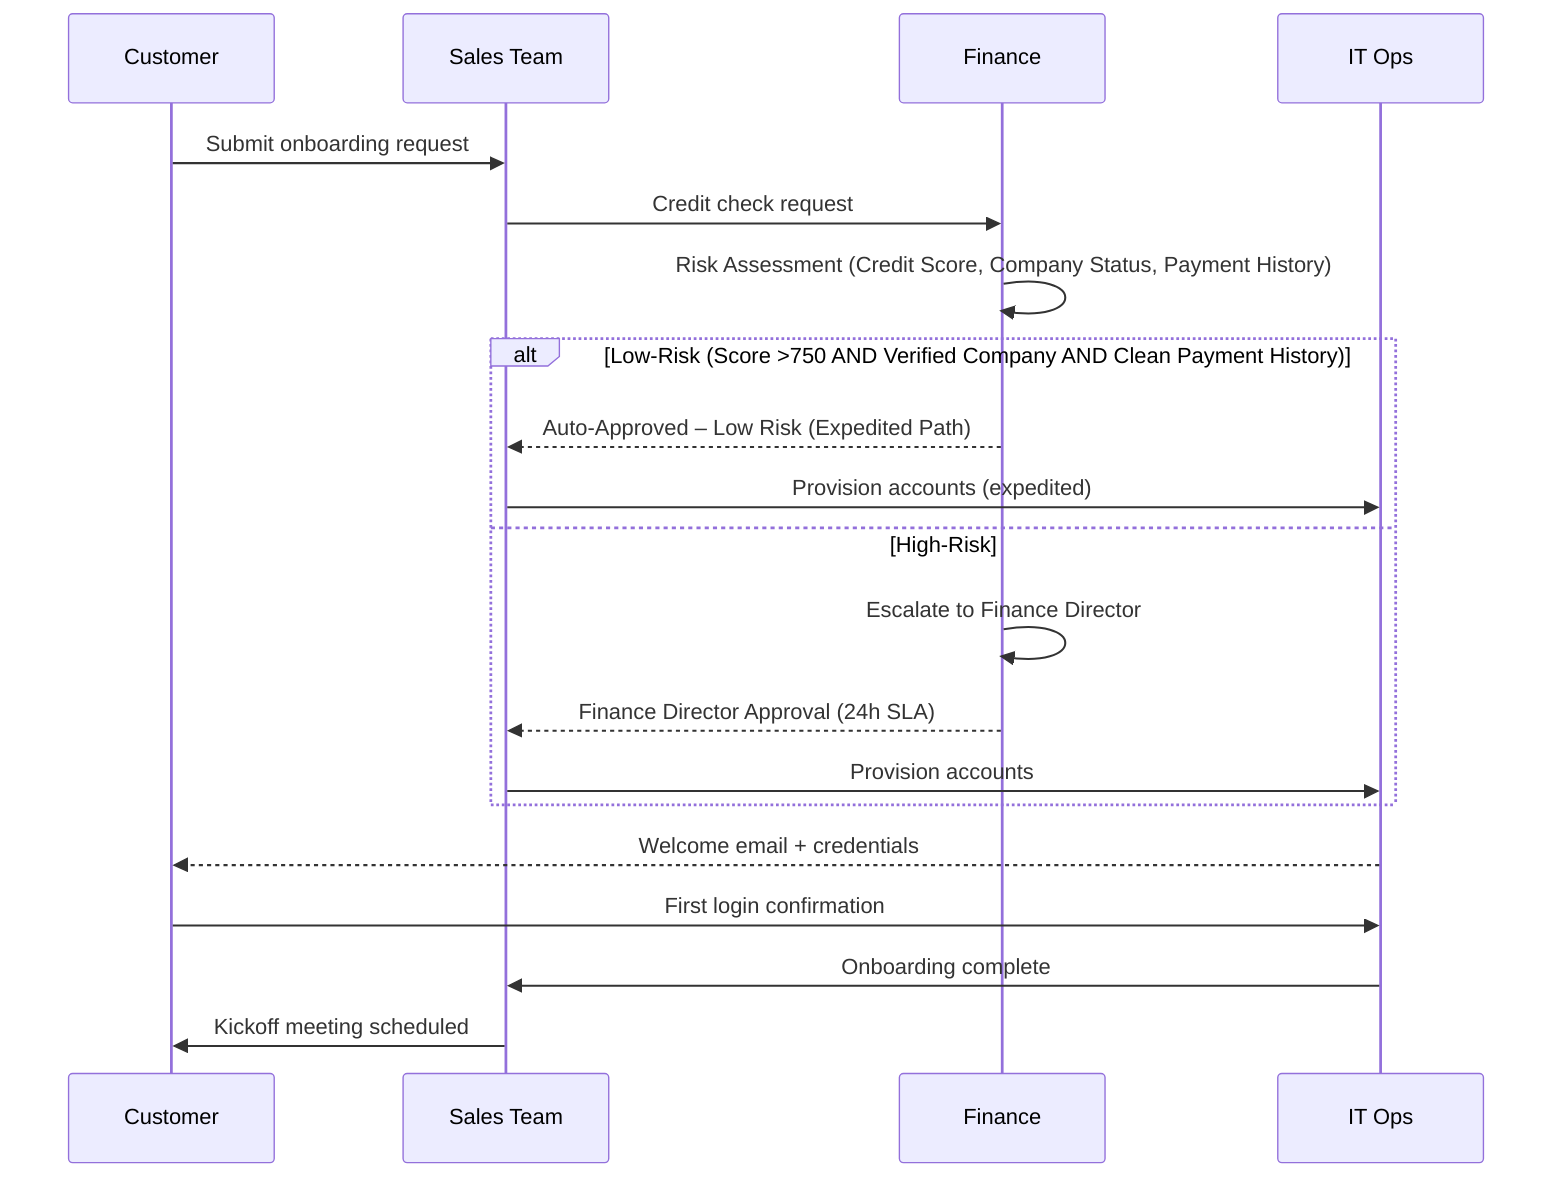
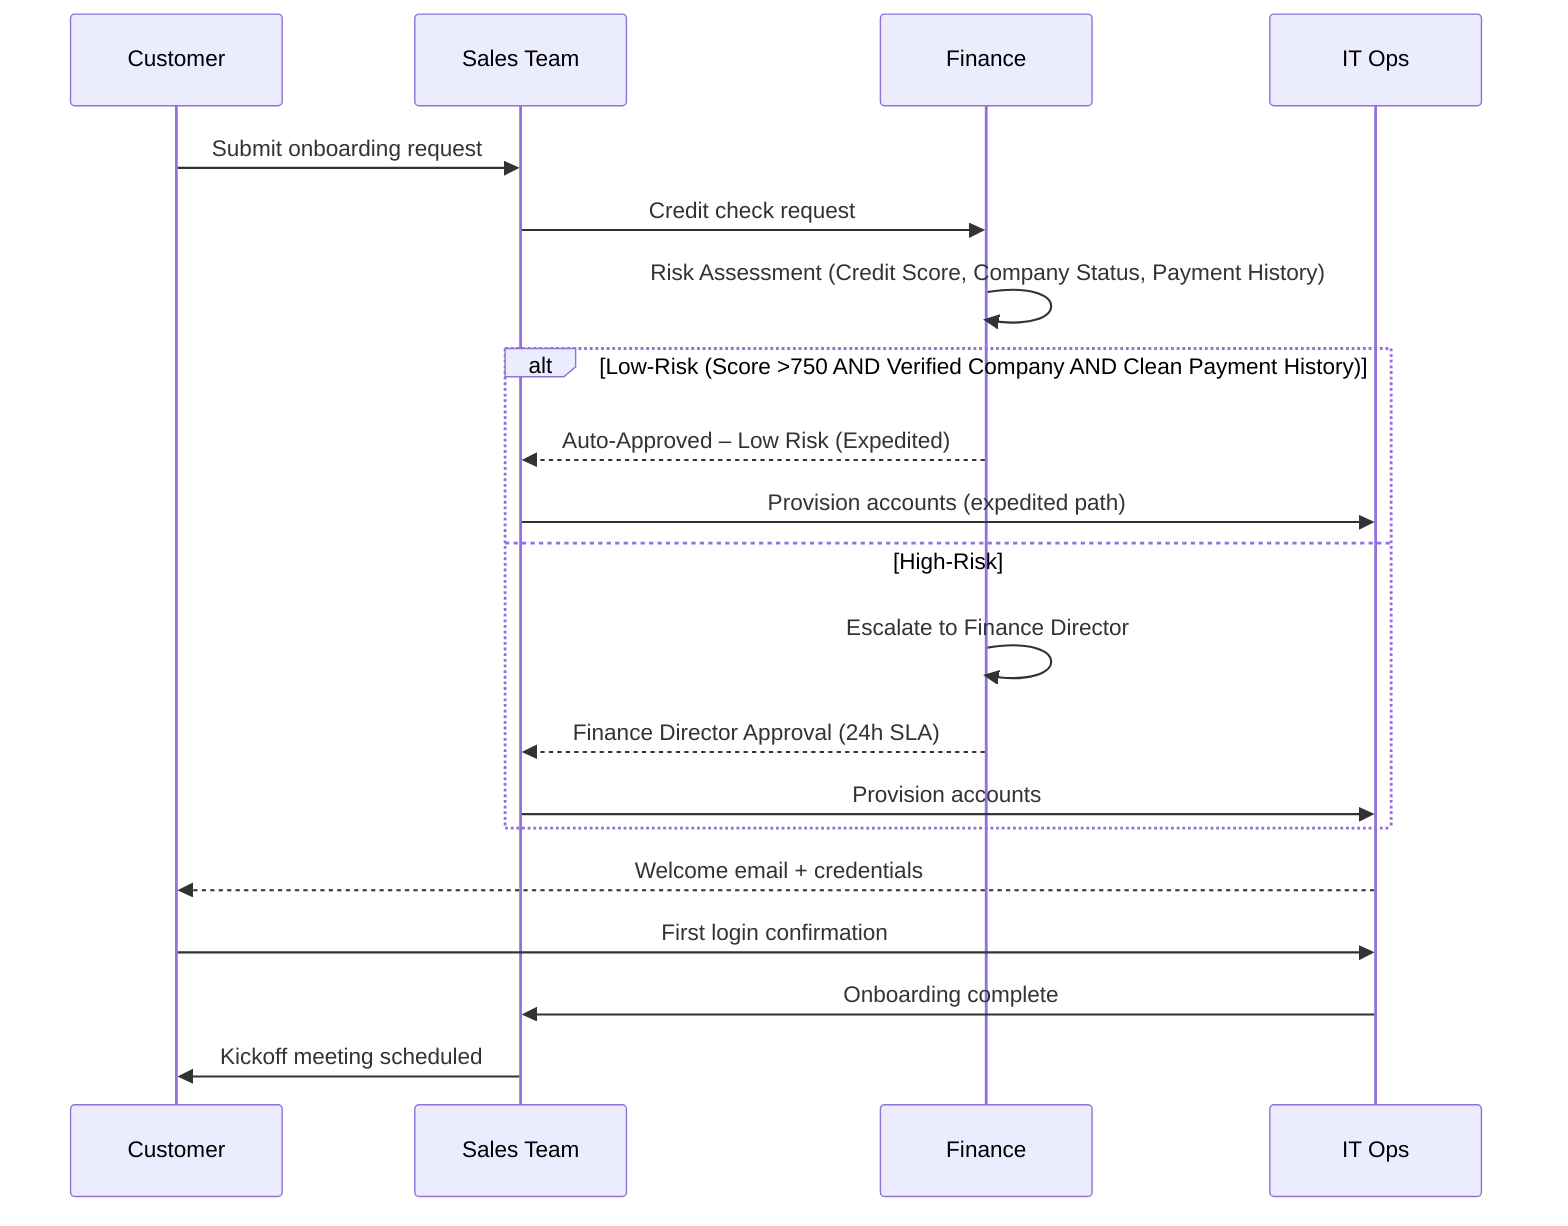
sequenceDiagram
    participant C as Customer
    participant S as Sales Team
    participant F as Finance
    participant IT as IT Ops

    C->>S: Submit onboarding request
    S->>F: Credit check request
-     %% ⚡ CHANGED SECTION — Added risk assessment with expedited path for low-risk customers
+     %% ⚡ CHANGED SECTION — Added risk assessment decision with expedited path for low-risk customers
    F->>F: Risk Assessment (Credit Score, Company Status, Payment History)
    alt Low-Risk (Score >750 AND Verified Company AND Clean Payment History)
-         F-->>S: Auto-Approved – Low Risk (Expedited Path)
-         S->>IT: Provision accounts (expedited)
+         F-->>S: Auto-Approved – Low Risk (Expedited)
+         S->>IT: Provision accounts (expedited path)
    else High-Risk
        F->>F: Escalate to Finance Director
        F-->>S: Finance Director Approval (24h SLA)
        S->>IT: Provision accounts
    end
    %% END CHANGED SECTION
    IT-->>C: Welcome email + credentials
    C->>IT: First login confirmation
    IT->>S: Onboarding complete
    S->>C: Kickoff meeting scheduled

%% EXPLANATION:
- %% Replaced the single Finance approval step with a risk assessment decision point using an `alt/else` block. The low-risk path (credit score >750, verified company status, no payment history issues) auto-approves and proceeds directly to expedited account provisioning, bypassing Finance Director review. High-risk customers are escalated to the Finance Director for approval under the existing 24h SLA before provisioning proceeds. Both paths then converge at the welcome email step.+ %% Replaced the single Finance approval step with a risk assessment performed by Finance. An `alt` block now branches the flow: low-risk customers (credit score >750, verified company status, clean payment history) receive automatic approval and proceed directly to expedited account provisioning, while high-risk customers are escalated to the Finance Director for the existing 24h SLA approval before provisioning. All downstream steps (welcome email, first login, onboarding complete, kickoff meeting) remain unchanged for both paths.